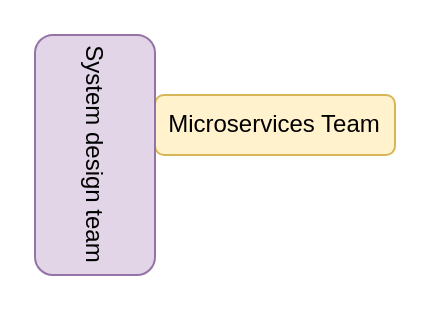
The draw.io diagram team-intergration-model.drawio in beatrice94/microservices-up-and-running, before the edit. Source tidied: cells renumbered, new cells numbered last; positions are measured from the earlier drawing's top-left corner, leaving out a move shared by most shapes. Both pictures are drawn from the tidied source at 200%, with x=0, y=0 at pixel (-26, 94).
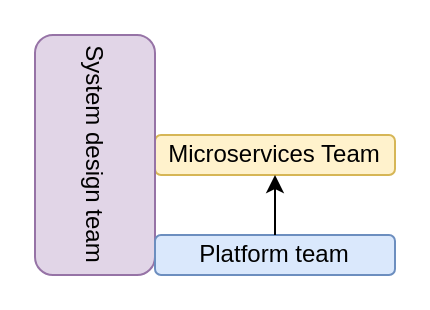
The same page after the edit.

Change to the diagram source:
```diff
@@
 <mxGraphModel>
   <root>
     <mxCell id="0" />
     <mxCell id="1" parent="0" />
     <mxCell id="2" value="Microservices Team" style="rounded=1;whiteSpace=wrap;html=1;fillColor=#fff2cc;strokeColor=#d6b656;" parent="1" vertex="1">
-      <mxGeometry x="90" width="120" height="30" as="geometry" />
+      <mxGeometry x="90" y="20" width="120" height="20" as="geometry" />
     </mxCell>
     <mxCell id="3" value="System design team" style="rounded=1;whiteSpace=wrap;html=1;rotation=90;fillColor=#e1d5e7;strokeColor=#9673a6;" parent="1" vertex="1">
       <mxGeometry width="120" height="60" as="geometry" />
     </mxCell>
+    <mxCell id="4" value="Platform team" style="rounded=1;whiteSpace=wrap;html=1;fillColor=#dae8fc;strokeColor=#6c8ebf;" parent="1" vertex="1">
+      <mxGeometry x="90" y="70" width="120" height="20" as="geometry" />
+    </mxCell>
+    <mxCell id="5" style="endArrow=classic;html=1;rounded=0;exitX=0.5;exitY=0;exitDx=0;exitDy=0;entryX=0.5;entryY=1;entryDx=0;entryDy=0;" parent="1" edge="1" source="4" target="2">
+      <mxGeometry relative="1" as="geometry" />
+    </mxCell>
   </root>
 </mxGraphModel>
```
